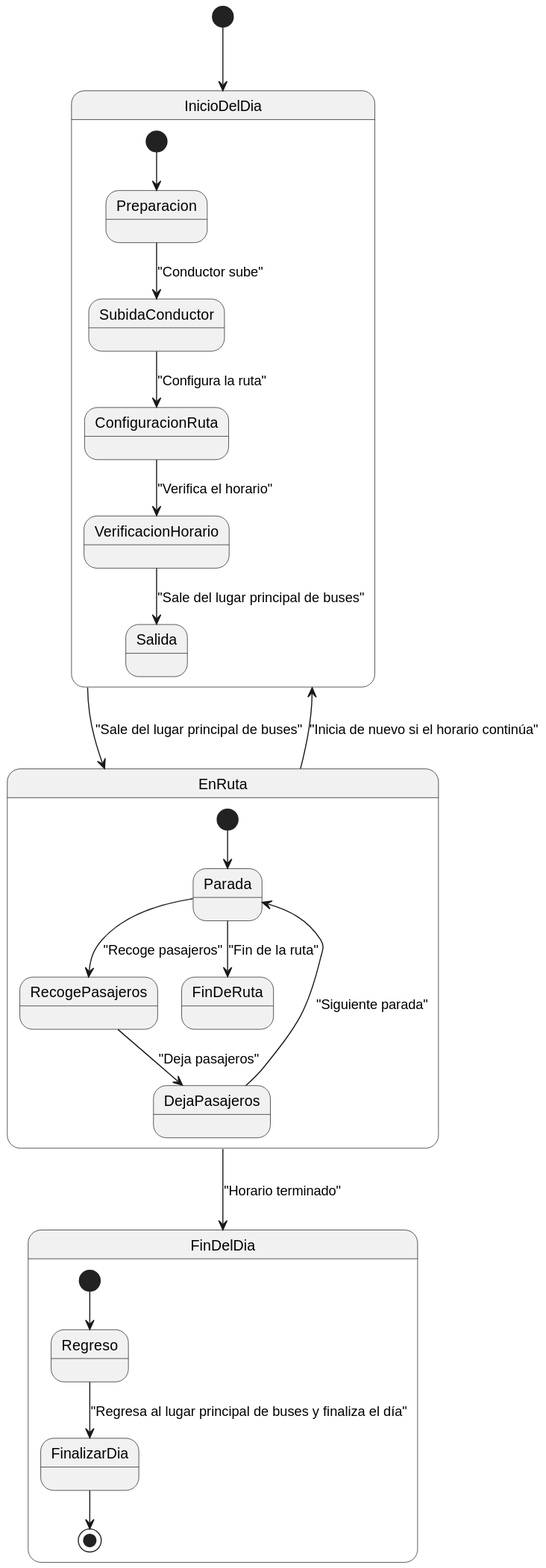
Earlier version of the PlantUML export images/parcial/Diagrama_de_Estados_Bus.svg (Ingenieria-Informatica-UNEATLANTICO/app-actividad-post-parcial-AndrextA).
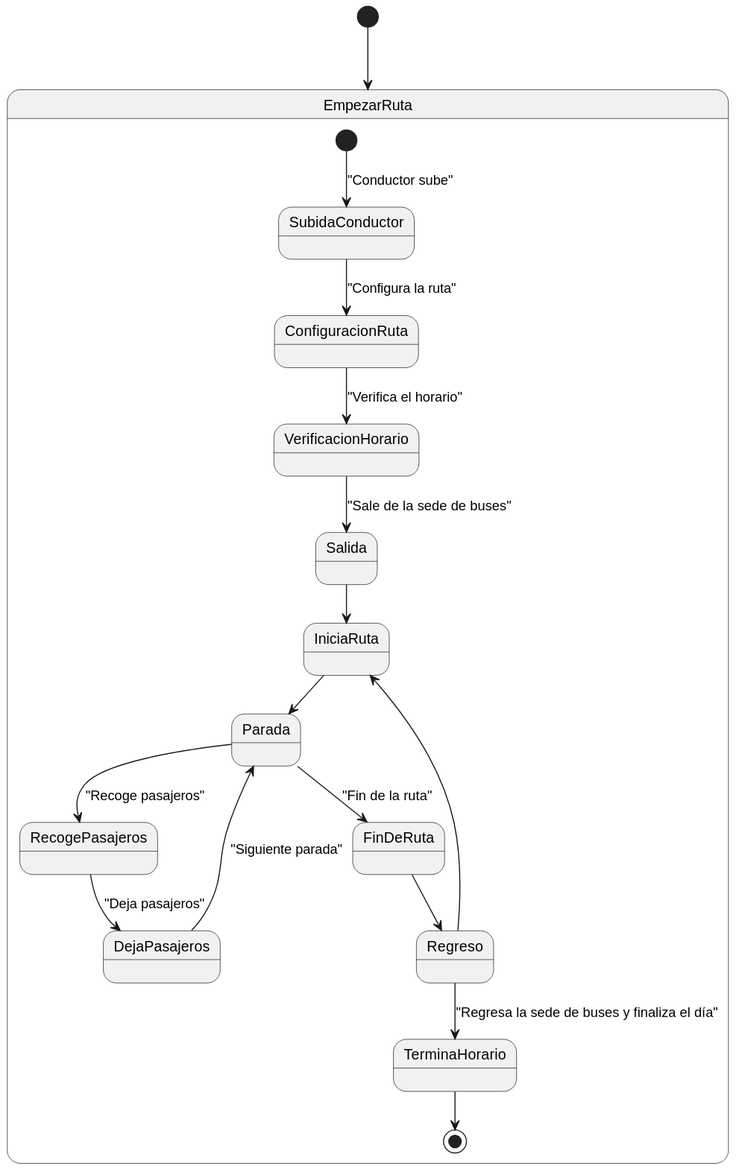
The same diagram one commit later.

Commit message:
fix: diagrams as in the exam

What changed in the source:
```diff
@@ -1,33 +1,22 @@
 @startuml
 skinparam defaultTextAlignment center
 
-[*] --> InicioDelDia
+[*] --> EmpezarRuta
 
-state InicioDelDia {
-  [*] --> Preparacion
-  Preparacion --> SubidaConductor : "Conductor sube"
+state EmpezarRuta {
+  [*] --> SubidaConductor : "Conductor sube"
   SubidaConductor --> ConfiguracionRuta : "Configura la ruta"
   ConfiguracionRuta --> VerificacionHorario : "Verifica el horario"
-  VerificacionHorario --> Salida : "Sale del lugar principal de buses"
-}
-
-InicioDelDia --> EnRuta : "Sale del lugar principal de buses"
-
-state EnRuta {
-  [*] --> Parada
+  VerificacionHorario --> Salida : "Sale de la sede de buses"
+  Salida --> IniciaRuta
+  IniciaRuta --> Parada
   Parada --> RecogePasajeros : "Recoge pasajeros"
   RecogePasajeros --> DejaPasajeros : "Deja pasajeros"
   DejaPasajeros --> Parada : "Siguiente parada"
-
   Parada --> FinDeRuta : "Fin de la ruta"
-}
-
-EnRuta --> InicioDelDia : "Inicia de nuevo si el horario continúa"
-EnRuta --> FinDelDia : "Horario terminado"
-
-state FinDelDia {
-  [*] --> Regreso
-  Regreso --> FinalizarDia : "Regresa al lugar principal de buses y finaliza el día"
-  FinalizarDia --> [*]
+  FinDeRuta --> Regreso
+  Regreso --> IniciaRuta
+  Regreso --> TerminaHorario : "Regresa la sede de buses y finaliza el día"
+  TerminaHorario --> [*]
 }
 @enduml
```
